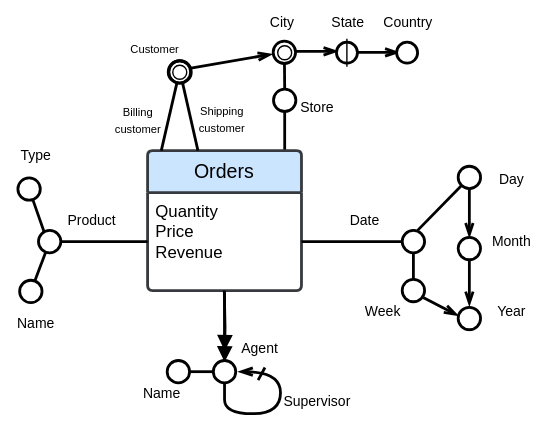
This is DSD/src/img/dimensions.svg from Slocon00/DSS-2526-notes, a draw.io export, as it was before one commit. Source tidied: cells renumbered, new cells last; positions are measured from the earlier drawing's top-left corner, leaving out a move shared by most shapes.
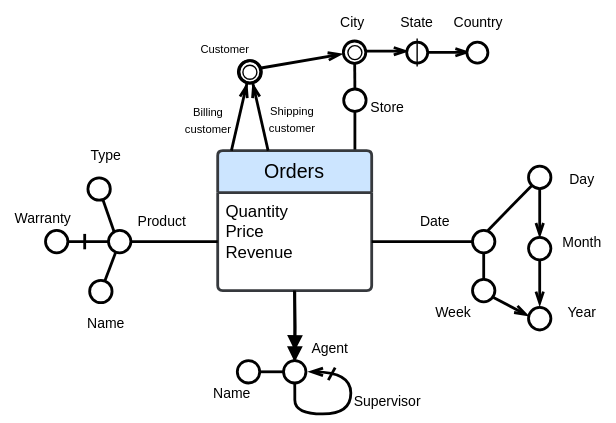
After the change.

Diff of the diagram source:
```diff
@@ -214,5 +214,32 @@
     <mxCell id="48" value="&lt;span style=&quot;font-size: 8px;&quot;&gt;Customer&lt;/span&gt;" style="text;html=1;align=center;verticalAlign=middle;strokeColor=none;fillColor=none;fontSize=10;" parent="1" vertex="1">
       <mxGeometry x="80" y="19" width="60" height="30" as="geometry" />
     </mxCell>
+    <mxCell id="49" style="endArrow=openThin;html=1;rounded=0;endFill=0;strokeWidth=2;" parent="1" edge="1">
+      <mxGeometry relative="1" as="geometry">
+        <mxPoint x="124" y="67" as="sourcePoint" />
+        <mxPoint x="126" y="59" as="targetPoint" />
+      </mxGeometry>
+    </mxCell>
+    <mxCell id="50" style="endArrow=openThin;html=1;rounded=0;endFill=0;strokeWidth=2;" parent="1" edge="1">
+      <mxGeometry relative="1" as="geometry">
+        <mxPoint x="132" y="67" as="sourcePoint" />
+        <mxPoint x="130" y="59" as="targetPoint" />
+      </mxGeometry>
+    </mxCell>
+    <mxCell id="51" style="endArrow=circle;html=1;rounded=0;strokeWidth=2;startArrow=none;startFill=0;endFill=0;" parent="1" edge="1">
+      <mxGeometry relative="1" as="geometry">
+        <mxPoint x="27" y="172" as="sourcePoint" />
+        <mxPoint x="-20" y="172" as="targetPoint" />
+      </mxGeometry>
+    </mxCell>
+    <mxCell id="52" value="Warranty" style="text;html=1;align=center;verticalAlign=middle;strokeColor=none;fillColor=none;fontSize=10;" parent="1" vertex="1">
+      <mxGeometry x="-50" y="140" width="60" height="30" as="geometry" />
+    </mxCell>
+    <mxCell id="53" style="endArrow=none;html=1;rounded=0;strokeWidth=2;" parent="1" edge="1">
+      <mxGeometry relative="1" as="geometry">
+        <mxPoint x="10" y="177.5" as="sourcePoint" />
+        <mxPoint x="10" y="166.5" as="targetPoint" />
+      </mxGeometry>
+    </mxCell>
   </root>
 </mxGraphModel>
```
